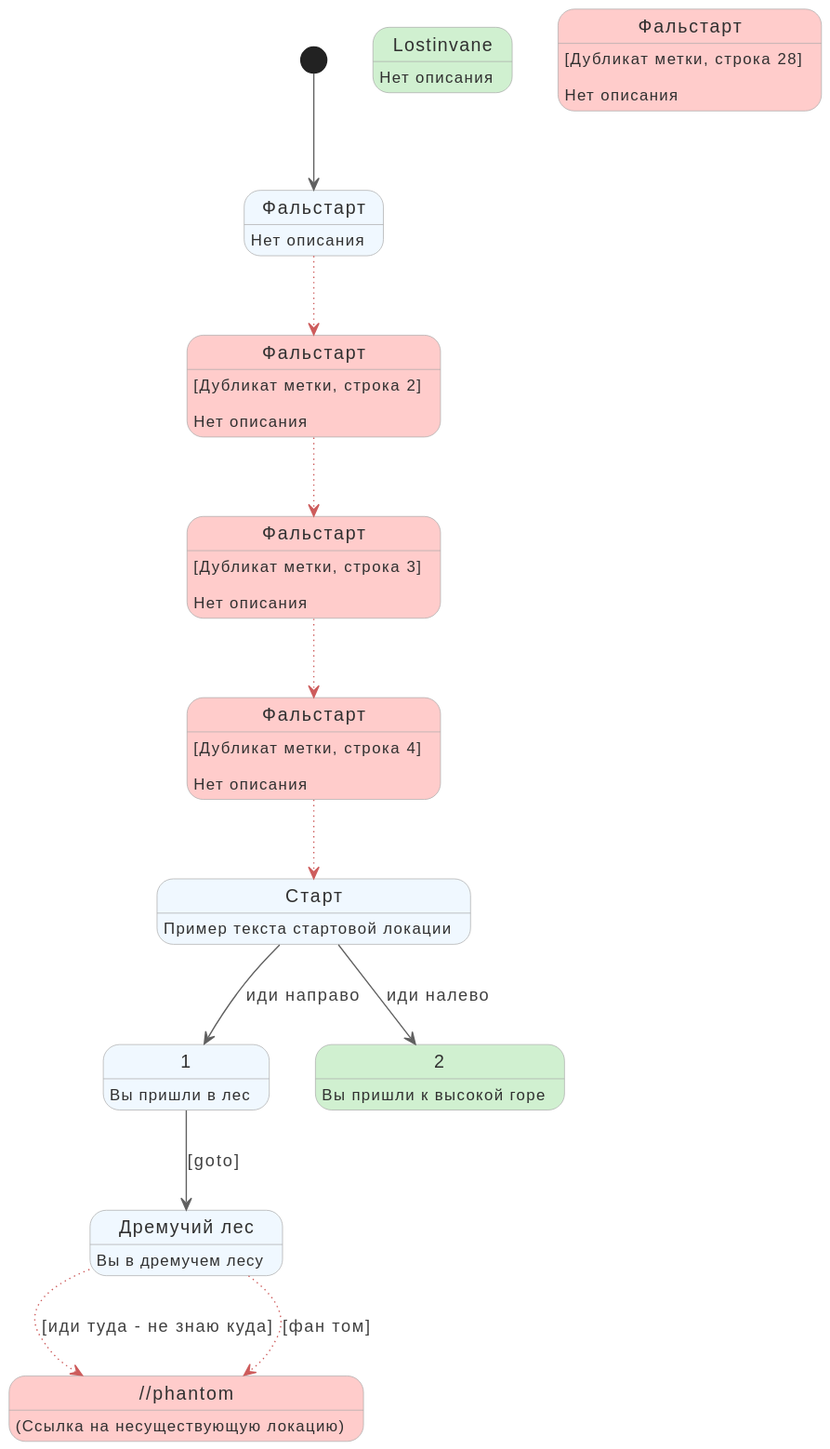
This is tests/test.svg from teenbull/urq2puml, a PlantUML export, as it was before one commit.
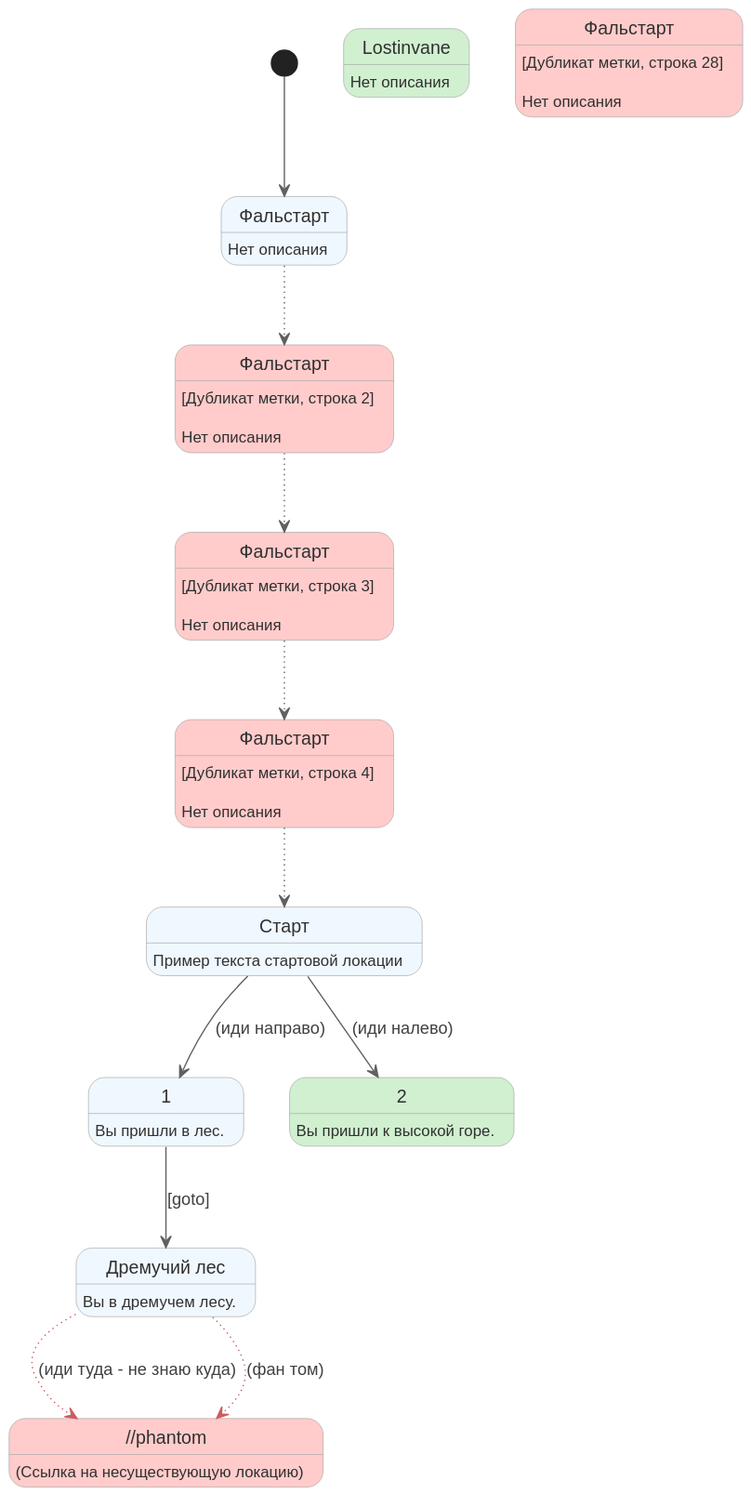
After the change.

Change to the diagram source:
```diff
@@ -14,29 +14,29 @@
 state "Старт" as 4
 4: Пример текста стартовой локации
 state "Дремучий лес" as 5
-5: Вы в дремучем лесу
+5: Вы в дремучем лесу.
 state "1" as 6
-6: Вы пришли в лес
+6: Вы пришли в лес.
 state "2" as 7 #d0f0d0
-7: Вы пришли к высокой горе
+7: Вы пришли к высокой горе.
 state "Lostinvane" as 9 #d0f0d0
 9: Нет описания
-state "Фальстарт" as 8 #ffcccb
-8: [Дубликат метки, строка 28]\n\nНет описания
+state "Фальстарт" as 1 #ffcccb
+1: [Дубликат метки, строка 2]\n\nНет описания
 state "Фальстарт" as 2 #ffcccb
 2: [Дубликат метки, строка 3]\n\nНет описания
 state "Фальстарт" as 3 #ffcccb
 3: [Дубликат метки, строка 4]\n\nНет описания
-state "Фальстарт" as 1 #ffcccb
-1: [Дубликат метки, строка 2]\n\nНет описания
+state "Фальстарт" as 8 #ffcccb
+8: [Дубликат метки, строка 28]\n\nНет описания
 [*] --> 0
-4 --> 6 : иди направо
-4 --> 7 : иди налево
-5 -[#CD5C5C,dotted]-> PHANTOM_NODE_URQ : [иди туда - не знаю куда]
-0 -[#CD5C5C,dotted]-> 1
-1 -[#CD5C5C,dotted]-> 2
-2 -[#CD5C5C,dotted]-> 3
-3 -[#CD5C5C,dotted]-> 4
-5 -[#CD5C5C,dotted]-> PHANTOM_NODE_URQ : [фан том]
+4 --> 6 : (иди направо)
+4 --> 7 : (иди налево)
+5 -[#CD5C5C,dotted]-> PHANTOM_NODE_URQ : (иди туда - не знаю куда)
+0 -[dotted]-> 1
+1 -[dotted]-> 2
+2 -[dotted]-> 3
+3 -[dotted]-> 4
+5 -[#CD5C5C,dotted]-> PHANTOM_NODE_URQ : (фан том)
 6 --> 5 : [goto]
 @enduml
```
